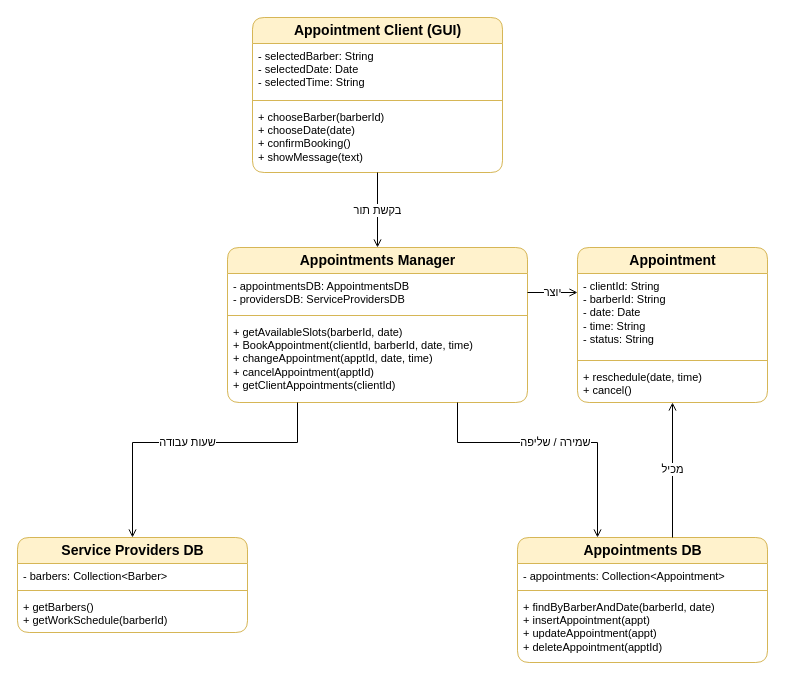
This is diagrams/CLS-AppointmentsManager.drawio from arielkaplan20/project_Golden_Hair_Salon, a draw.io file, before an edit. Source tidied: cells renumbered, new cells numbered last; positions are measured from the earlier drawing's top-left corner, leaving out a move shared by most shapes. Both pictures are drawn from the tidied source at 100%, with x=0, y=0 at pixel (17, 17).
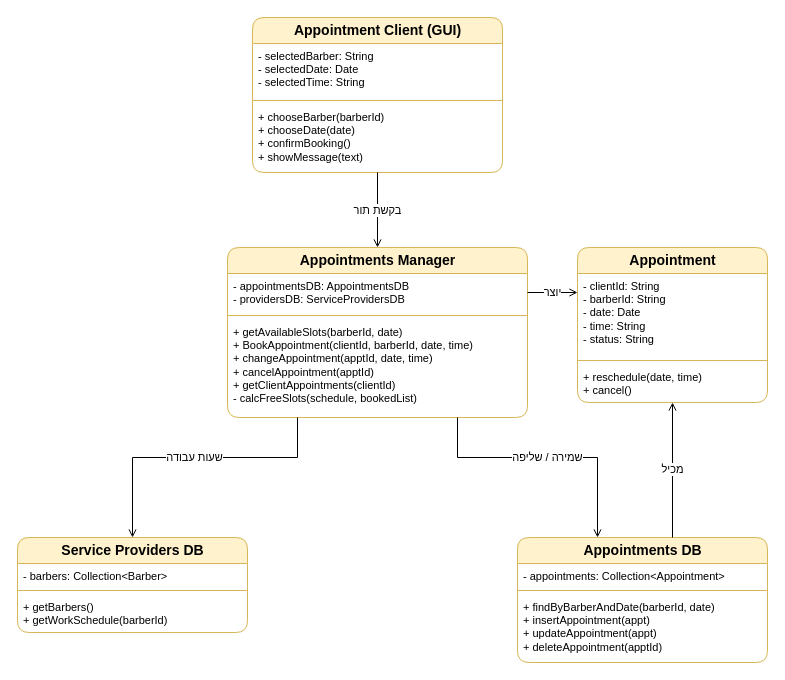
The same diagram, later.

Unchanged cells that the change refers to:
```xml
<mxCell id="10" value="Service Providers DB" style="swimlane;fontStyle=1;align=center;verticalAlign=middle;horizontal=1;startSize=26;rounded=1;html=1;fillColor=#fff2cc;strokeColor=#d6b656;fontSize=14;" parent="1" vertex="1">
  <mxGeometry y="520" width="230" height="95" as="geometry" />
</mxCell>
<mxCell id="14" value="Appointments DB" style="swimlane;fontStyle=1;align=center;verticalAlign=middle;horizontal=1;startSize=26;rounded=1;html=1;fillColor=#fff2cc;strokeColor=#d6b656;fontSize=14;" parent="1" vertex="1">
  <mxGeometry x="500" y="520" width="250" height="125" as="geometry" />
</mxCell>
<mxCell id="18" value="Appointment" style="swimlane;fontStyle=1;align=center;verticalAlign=middle;horizontal=1;startSize=26;rounded=1;html=1;fillColor=#fff2cc;strokeColor=#d6b656;fontSize=14;" parent="1" vertex="1">
  <mxGeometry x="560" y="230" width="190" height="155" as="geometry" />
</mxCell>
```

The edit, as a diff of the source:
```diff
@@
     <mxCell id="6" value="Appointments Manager" style="swimlane;fontStyle=1;align=center;verticalAlign=middle;horizontal=1;startSize=26;rounded=1;html=1;fillColor=#fff2cc;strokeColor=#d6b656;fontSize=14;" parent="1" vertex="1">
-      <mxGeometry x="210" y="230" width="300" height="155" as="geometry" />
+      <mxGeometry x="210" y="230" width="300" height="170" as="geometry" />
     </mxCell>
@@
-    <mxCell id="9" value="+ getAvailableSlots(barberId, date)&lt;br&gt;+ BookAppointment(clientId, barberId, date, time)&lt;br&gt;+ changeAppointment(apptId, date, time)&lt;br&gt;+ cancelAppointment(apptId)&lt;br&gt;+ getClientAppointments(clientId)" style="text;strokeColor=none;fillColor=none;align=left;verticalAlign=top;spacingLeft=4;spacingRight=4;whiteSpace=wrap;html=1;fontSize=11;" parent="6" vertex="1">
-      <mxGeometry y="72" width="300" height="83" as="geometry" />
+    <mxCell id="9" value="+ getAvailableSlots(barberId, date)&lt;br&gt;+ BookAppointment(clientId, barberId, date, time)&lt;br&gt;+ changeAppointment(apptId, date, time)&lt;br&gt;+ cancelAppointment(apptId)&lt;br&gt;+ getClientAppointments(clientId)&lt;br&gt;- calcFreeSlots(schedule, bookedList)" style="text;strokeColor=none;fillColor=none;align=left;verticalAlign=top;spacingLeft=4;spacingRight=4;whiteSpace=wrap;html=1;fontSize=11;" parent="6" vertex="1">
+      <mxGeometry y="72" width="300" height="98" as="geometry" />
     </mxCell>
@@
     <mxCell id="23" value="שעות עבודה" style="endArrow=open;endFill=0;html=1;rounded=0;labelBackgroundColor=#ffffff;exitX=0.23333333333333334;exitY=1;entryX=0.5;entryY=0;" parent="1" edge="1" source="6" target="10">
       <mxGeometry relative="1" as="geometry">
         <Array as="points">
-          <mxPoint x="280" y="425" />
-          <mxPoint x="115" y="425" />
+          <mxPoint x="280" y="440" />
+          <mxPoint x="115" y="440" />
         </Array>
       </mxGeometry>
     </mxCell>
     <mxCell id="24" value="שמירה / שליפה" style="endArrow=open;endFill=0;html=1;rounded=0;labelBackgroundColor=#ffffff;exitX=0.7666666666666667;exitY=1;entryX=0.32;entryY=0;" parent="1" edge="1" source="6" target="14">
       <mxGeometry relative="1" as="geometry">
         <Array as="points">
-          <mxPoint x="440" y="425" />
-          <mxPoint x="580" y="425" />
+          <mxPoint x="440" y="440" />
+          <mxPoint x="580" y="440" />
         </Array>
       </mxGeometry>
     </mxCell>
-    <mxCell id="25" value="יוצר" style="endArrow=open;endFill=0;html=1;rounded=0;labelBackgroundColor=#ffffff;exitX=1;exitY=0.2903225806451613;entryX=0;entryY=0.2903225806451613;" parent="1" edge="1" source="6" target="18">
+    <mxCell id="25" value="יוצר" style="endArrow=open;endFill=0;html=1;rounded=0;labelBackgroundColor=#ffffff;exitX=1;exitY=0.2647058823529412;entryX=0;entryY=0.2903225806451613;" parent="1" edge="1" source="6" target="18">
       <mxGeometry relative="1" as="geometry" />
     </mxCell>
```
